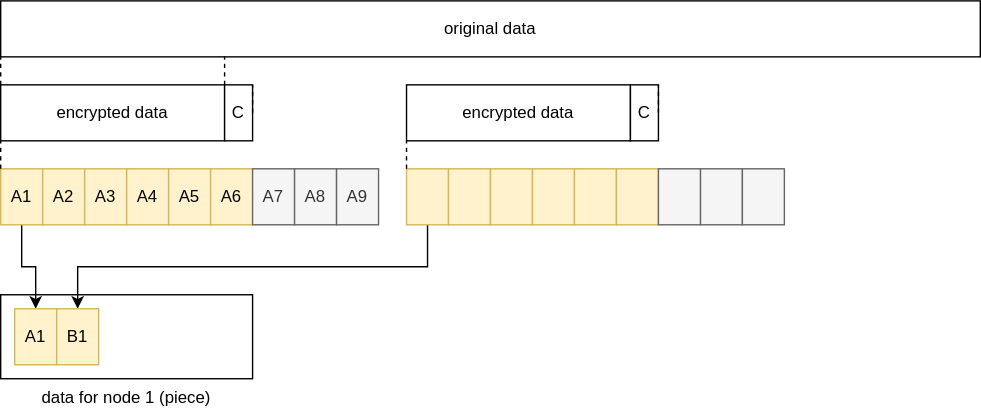
This is docs/pieces.svg from storj/illustrated, a draw.io export, as it was before one commit. Source tidied: cells renumbered, new cells last; positions are measured from the earlier drawing's top-left corner, leaving out a move shared by most shapes.
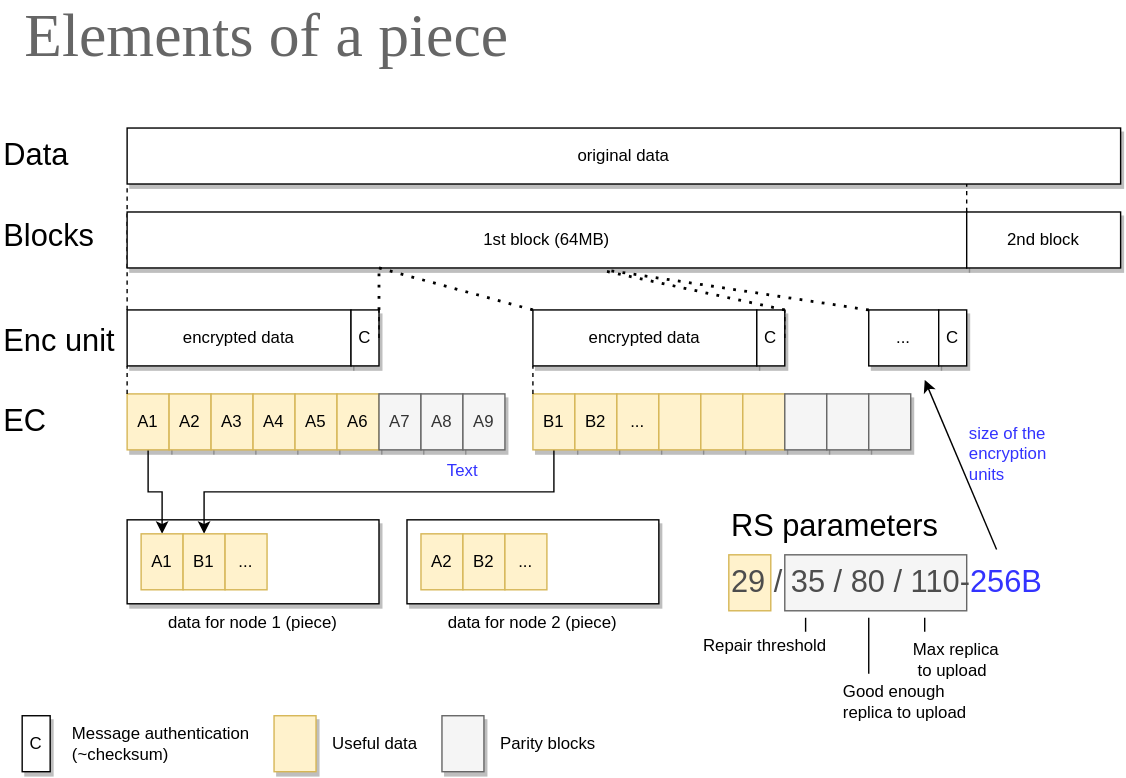
After the commit.

Commit message:
better piece description

What changed in the source:
```diff
@@ -2,31 +2,28 @@
   <root>
     <mxCell id="0" />
     <mxCell id="1" parent="0" />
+    <mxCell id="36" style="rounded=0;whiteSpace=wrap;html=1;fillColor=#fff2cc;strokeColor=#d6b656;" parent="1" vertex="1">
+      <mxGeometry x="430" y="235" width="30" height="40" as="geometry" />
+    </mxCell>
-    <mxCell id="2" value="data for node 1 (piece)" style="rounded=0;whiteSpace=wrap;html=1;verticalAlign=top;labelPosition=center;verticalLabelPosition=bottom;align=center;" parent="1" vertex="1">
+    <mxCell id="2" value="data for node 1 (piece)" style="rounded=0;whiteSpace=wrap;html=1;verticalAlign=top;labelPosition=center;verticalLabelPosition=bottom;align=center;shadow=1;" parent="1" vertex="1">
       <mxGeometry y="210" width="180" height="60" as="geometry" />
     </mxCell>
-    <mxCell id="3" value="original data" style="rounded=0;whiteSpace=wrap;html=1;" parent="1" vertex="1">
-      <mxGeometry width="700" height="40" as="geometry" />
+    <mxCell id="3" value="original data" style="rounded=0;whiteSpace=wrap;html=1;shadow=1;" parent="1" vertex="1">
+      <mxGeometry y="-70" width="710" height="40" as="geometry" />
     </mxCell>
-    <mxCell id="4" value="encrypted data" style="rounded=0;whiteSpace=wrap;html=1;" parent="1" vertex="1">
+    <mxCell id="4" value="encrypted data" style="rounded=0;whiteSpace=wrap;html=1;shadow=1;" parent="1" vertex="1">
       <mxGeometry y="60" width="160" height="40" as="geometry" />
     </mxCell>
     <mxCell id="5" style="endArrow=none;dashed=1;html=1;rounded=0;entryX=0;entryY=1;entryDx=0;entryDy=0;exitX=0;exitY=0;exitDx=0;exitDy=0;" parent="1" edge="1" source="4" target="3">
       <mxGeometry relative="1" as="geometry" />
     </mxCell>
-    <mxCell id="6" style="endArrow=none;dashed=1;html=1;rounded=0;entryX=0;entryY=1;entryDx=0;entryDy=0;exitX=0;exitY=0;exitDx=0;exitDy=0;" parent="1" edge="1">
-      <mxGeometry relative="1" as="geometry">
-        <mxPoint x="160" y="60" as="sourcePoint" />
-        <mxPoint x="160" y="40" as="targetPoint" />
-      </mxGeometry>
-    </mxCell>
-    <mxCell id="7" value="C" style="rounded=0;whiteSpace=wrap;html=1;" parent="1" vertex="1">
+    <mxCell id="7" value="C" style="rounded=0;whiteSpace=wrap;html=1;shadow=1;" parent="1" vertex="1">
       <mxGeometry x="160" y="60" width="20" height="40" as="geometry" />
     </mxCell>
     <mxCell id="8" style="edgeStyle=orthogonalEdgeStyle;rounded=0;jettySize=auto;html=1;" parent="1" edge="1" source="9" target="34">
       <mxGeometry relative="1" as="geometry" />
     </mxCell>
-    <mxCell id="9" value="A1" style="rounded=0;whiteSpace=wrap;html=1;fillColor=#fff2cc;strokeColor=#d6b656;" parent="1" vertex="1">
+    <mxCell id="9" value="A1" style="rounded=0;whiteSpace=wrap;html=1;fillColor=#fff2cc;strokeColor=#d6b656;shadow=1;" parent="1" vertex="1">
       <mxGeometry y="120" width="30" height="40" as="geometry" />
     </mxCell>
     <mxCell id="10" style="endArrow=none;dashed=1;html=1;rounded=0;entryX=0;entryY=1;entryDx=0;entryDy=0;exitX=0;exitY=0;exitDx=0;exitDy=0;" parent="1" edge="1" source="9" target="4">
@@ -38,34 +35,34 @@
         <mxPoint x="180" y="60" as="targetPoint" />
       </mxGeometry>
     </mxCell>
-    <mxCell id="12" value="A2" style="rounded=0;whiteSpace=wrap;html=1;fillColor=#fff2cc;strokeColor=#d6b656;" parent="1" vertex="1">
+    <mxCell id="12" value="A2" style="rounded=0;whiteSpace=wrap;html=1;fillColor=#fff2cc;strokeColor=#d6b656;shadow=1;" parent="1" vertex="1">
       <mxGeometry x="30" y="120" width="30" height="40" as="geometry" />
     </mxCell>
-    <mxCell id="13" value="A3" style="rounded=0;whiteSpace=wrap;html=1;fillColor=#fff2cc;strokeColor=#d6b656;" parent="1" vertex="1">
+    <mxCell id="13" value="A3" style="rounded=0;whiteSpace=wrap;html=1;fillColor=#fff2cc;strokeColor=#d6b656;shadow=1;" parent="1" vertex="1">
       <mxGeometry x="60" y="120" width="30" height="40" as="geometry" />
     </mxCell>
-    <mxCell id="14" value="A4" style="rounded=0;whiteSpace=wrap;html=1;fillColor=#fff2cc;strokeColor=#d6b656;" parent="1" vertex="1">
+    <mxCell id="14" value="A4" style="rounded=0;whiteSpace=wrap;html=1;fillColor=#fff2cc;strokeColor=#d6b656;shadow=1;" parent="1" vertex="1">
       <mxGeometry x="90" y="120" width="30" height="40" as="geometry" />
     </mxCell>
-    <mxCell id="15" value="A5" style="rounded=0;whiteSpace=wrap;html=1;fillColor=#fff2cc;strokeColor=#d6b656;" parent="1" vertex="1">
+    <mxCell id="15" value="A5" style="rounded=0;whiteSpace=wrap;html=1;fillColor=#fff2cc;strokeColor=#d6b656;shadow=1;" parent="1" vertex="1">
       <mxGeometry x="120" y="120" width="30" height="40" as="geometry" />
     </mxCell>
-    <mxCell id="16" value="A6" style="rounded=0;whiteSpace=wrap;html=1;fillColor=#fff2cc;strokeColor=#d6b656;" parent="1" vertex="1">
+    <mxCell id="16" value="A6" style="rounded=0;whiteSpace=wrap;html=1;fillColor=#fff2cc;strokeColor=#d6b656;shadow=1;" parent="1" vertex="1">
       <mxGeometry x="150" y="120" width="30" height="40" as="geometry" />
     </mxCell>
-    <mxCell id="17" value="A7" style="rounded=0;whiteSpace=wrap;html=1;fillColor=#f5f5f5;fontColor=#333333;strokeColor=#666666;" parent="1" vertex="1">
+    <mxCell id="17" value="A7" style="rounded=0;whiteSpace=wrap;html=1;fillColor=#f5f5f5;fontColor=#333333;strokeColor=#666666;shadow=1;" parent="1" vertex="1">
       <mxGeometry x="180" y="120" width="30" height="40" as="geometry" />
     </mxCell>
-    <mxCell id="18" value="A8" style="rounded=0;whiteSpace=wrap;html=1;fillColor=#f5f5f5;fontColor=#333333;strokeColor=#666666;" parent="1" vertex="1">
+    <mxCell id="18" value="A8" style="rounded=0;whiteSpace=wrap;html=1;fillColor=#f5f5f5;fontColor=#333333;strokeColor=#666666;shadow=1;" parent="1" vertex="1">
       <mxGeometry x="210" y="120" width="30" height="40" as="geometry" />
     </mxCell>
-    <mxCell id="19" value="A9" style="rounded=0;whiteSpace=wrap;html=1;fillColor=#f5f5f5;fontColor=#333333;strokeColor=#666666;" parent="1" vertex="1">
+    <mxCell id="19" value="A9" style="rounded=0;whiteSpace=wrap;html=1;fillColor=#f5f5f5;fontColor=#333333;strokeColor=#666666;shadow=1;" parent="1" vertex="1">
       <mxGeometry x="240" y="120" width="30" height="40" as="geometry" />
     </mxCell>
-    <mxCell id="20" value="encrypted data" style="rounded=0;whiteSpace=wrap;html=1;" parent="1" vertex="1">
+    <mxCell id="20" value="encrypted data" style="rounded=0;whiteSpace=wrap;html=1;shadow=1;" parent="1" vertex="1">
       <mxGeometry x="290" y="60" width="160" height="40" as="geometry" />
     </mxCell>
-    <mxCell id="21" value="C" style="rounded=0;whiteSpace=wrap;html=1;" parent="1" vertex="1">
+    <mxCell id="21" value="C" style="rounded=0;whiteSpace=wrap;html=1;shadow=1;" parent="1" vertex="1">
       <mxGeometry x="450" y="60" width="20" height="40" as="geometry" />
     </mxCell>
     <mxCell id="22" style="edgeStyle=orthogonalEdgeStyle;rounded=0;jettySize=auto;html=1;entryX=0.5;entryY=0;entryDx=0;entryDy=0;" parent="1" edge="1" source="23" target="35">
@@ -76,7 +73,7 @@
         </Array>
       </mxGeometry>
     </mxCell>
-    <mxCell id="23" style="rounded=0;whiteSpace=wrap;html=1;fillColor=#fff2cc;strokeColor=#d6b656;" parent="1" vertex="1">
+    <mxCell id="23" value="B1" style="rounded=0;whiteSpace=wrap;html=1;fillColor=#fff2cc;strokeColor=#d6b656;shadow=1;" parent="1" vertex="1">
       <mxGeometry x="290" y="120" width="30" height="40" as="geometry" />
     </mxCell>
     <mxCell id="24" style="endArrow=none;dashed=1;html=1;rounded=0;entryX=0;entryY=1;entryDx=0;entryDy=0;exitX=0;exitY=0;exitDx=0;exitDy=0;" parent="1" edge="1" source="23" target="20">
@@ -88,35 +85,164 @@
         <mxPoint x="470" y="60" as="targetPoint" />
       </mxGeometry>
     </mxCell>
-    <mxCell id="26" style="rounded=0;whiteSpace=wrap;html=1;fillColor=#fff2cc;strokeColor=#d6b656;" parent="1" vertex="1">
+    <mxCell id="26" value="B2" style="rounded=0;whiteSpace=wrap;html=1;fillColor=#fff2cc;strokeColor=#d6b656;shadow=1;" parent="1" vertex="1">
       <mxGeometry x="320" y="120" width="30" height="40" as="geometry" />
     </mxCell>
-    <mxCell id="27" style="rounded=0;whiteSpace=wrap;html=1;fillColor=#fff2cc;strokeColor=#d6b656;" parent="1" vertex="1">
+    <mxCell id="27" value="..." style="rounded=0;whiteSpace=wrap;html=1;fillColor=#fff2cc;strokeColor=#d6b656;shadow=1;" parent="1" vertex="1">
       <mxGeometry x="350" y="120" width="30" height="40" as="geometry" />
     </mxCell>
-    <mxCell id="28" style="rounded=0;whiteSpace=wrap;html=1;fillColor=#fff2cc;strokeColor=#d6b656;" parent="1" vertex="1">
+    <mxCell id="28" style="rounded=0;whiteSpace=wrap;html=1;fillColor=#fff2cc;strokeColor=#d6b656;shadow=1;" parent="1" vertex="1">
       <mxGeometry x="380" y="120" width="30" height="40" as="geometry" />
     </mxCell>
-    <mxCell id="29" style="rounded=0;whiteSpace=wrap;html=1;fillColor=#fff2cc;strokeColor=#d6b656;" parent="1" vertex="1">
+    <mxCell id="29" style="rounded=0;whiteSpace=wrap;html=1;fillColor=#fff2cc;strokeColor=#d6b656;shadow=1;" parent="1" vertex="1">
       <mxGeometry x="410" y="120" width="30" height="40" as="geometry" />
     </mxCell>
-    <mxCell id="30" style="rounded=0;whiteSpace=wrap;html=1;fillColor=#fff2cc;strokeColor=#d6b656;" parent="1" vertex="1">
+    <mxCell id="30" style="rounded=0;whiteSpace=wrap;html=1;fillColor=#fff2cc;strokeColor=#d6b656;shadow=1;" parent="1" vertex="1">
       <mxGeometry x="440" y="120" width="30" height="40" as="geometry" />
     </mxCell>
-    <mxCell id="31" style="rounded=0;whiteSpace=wrap;html=1;fillColor=#f5f5f5;fontColor=#333333;strokeColor=#666666;" parent="1" vertex="1">
-      <mxGeometry x="500" y="120" width="30" height="40" as="geometry" />
-    </mxCell>
-    <mxCell id="32" style="rounded=0;whiteSpace=wrap;html=1;fillColor=#f5f5f5;fontColor=#333333;strokeColor=#666666;" parent="1" vertex="1">
+    <mxCell id="32" style="rounded=0;whiteSpace=wrap;html=1;fillColor=#f5f5f5;fontColor=#333333;strokeColor=#666666;shadow=1;" parent="1" vertex="1">
       <mxGeometry x="470" y="120" width="30" height="40" as="geometry" />
     </mxCell>
-    <mxCell id="33" style="rounded=0;whiteSpace=wrap;html=1;fillColor=#f5f5f5;fontColor=#333333;strokeColor=#666666;" parent="1" vertex="1">
-      <mxGeometry x="530" y="120" width="30" height="40" as="geometry" />
-    </mxCell>
     <mxCell id="34" value="A1" style="rounded=0;whiteSpace=wrap;html=1;fillColor=#fff2cc;strokeColor=#d6b656;" parent="1" vertex="1">
       <mxGeometry x="10" y="220" width="30" height="40" as="geometry" />
     </mxCell>
     <mxCell id="35" value="B1" style="rounded=0;whiteSpace=wrap;html=1;fillColor=#fff2cc;strokeColor=#d6b656;" parent="1" vertex="1">
       <mxGeometry x="40" y="220" width="30" height="40" as="geometry" />
     </mxCell>
+    <mxCell id="37" style="rounded=0;whiteSpace=wrap;html=1;fillColor=#f5f5f5;fontColor=#333333;strokeColor=#666666;" parent="1" vertex="1">
+      <mxGeometry x="470" y="235" width="130" height="40" as="geometry" />
+    </mxCell>
+    <mxCell id="38" style="rounded=0;whiteSpace=wrap;html=1;fillColor=#fff2cc;strokeColor=#d6b656;shadow=1;" parent="1" vertex="1">
+      <mxGeometry x="105" y="350" width="30" height="40" as="geometry" />
+    </mxCell>
+    <mxCell id="39" value="Parity blocks" style="text;html=1;strokeColor=none;fillColor=none;align=left;verticalAlign=middle;whiteSpace=wrap;rounded=0;" parent="1" vertex="1">
+      <mxGeometry x="265" y="355" width="100" height="30" as="geometry" />
+    </mxCell>
+    <mxCell id="40" value="Useful data" style="text;html=1;strokeColor=none;fillColor=none;align=left;verticalAlign=middle;whiteSpace=wrap;rounded=0;" parent="1" vertex="1">
+      <mxGeometry x="145" y="355" width="70" height="30" as="geometry" />
+    </mxCell>
+    <mxCell id="41" value="data for node 2 (piece)" style="rounded=0;whiteSpace=wrap;html=1;verticalAlign=top;labelPosition=center;verticalLabelPosition=bottom;align=center;shadow=1;" parent="1" vertex="1">
+      <mxGeometry x="200" y="210" width="180" height="60" as="geometry" />
+    </mxCell>
+    <mxCell id="42" value="A2" style="rounded=0;whiteSpace=wrap;html=1;fillColor=#fff2cc;strokeColor=#d6b656;" parent="1" vertex="1">
+      <mxGeometry x="210" y="220" width="30" height="40" as="geometry" />
+    </mxCell>
+    <mxCell id="43" value="B2" style="rounded=0;whiteSpace=wrap;html=1;fillColor=#fff2cc;strokeColor=#d6b656;" parent="1" vertex="1">
+      <mxGeometry x="240" y="220" width="30" height="40" as="geometry" />
+    </mxCell>
+    <mxCell id="44" value="1st block (64MB)" style="rounded=0;whiteSpace=wrap;html=1;shadow=1;" parent="1" vertex="1">
+      <mxGeometry y="-10" width="600" height="40" as="geometry" />
+    </mxCell>
+    <mxCell id="45" style="endArrow=none;dashed=1;html=1;rounded=0;entryX=0;entryY=1;entryDx=0;entryDy=0;exitX=0;exitY=0;exitDx=0;exitDy=0;" parent="1" edge="1">
+      <mxGeometry x="-1" y="-340" relative="1" as="geometry">
+        <mxPoint x="600" y="-10" as="sourcePoint" />
+        <mxPoint x="600" y="-30" as="targetPoint" />
+        <mxPoint x="-40" y="160" as="offset" />
+      </mxGeometry>
+    </mxCell>
+    <mxCell id="46" value="2nd block" style="rounded=0;whiteSpace=wrap;html=1;shadow=1;" parent="1" vertex="1">
+      <mxGeometry x="600" y="-10" width="110" height="40" as="geometry" />
+    </mxCell>
+    <mxCell id="47" value="..." style="rounded=0;whiteSpace=wrap;html=1;shadow=1;" parent="1" vertex="1">
+      <mxGeometry x="530" y="60" width="50" height="40" as="geometry" />
+    </mxCell>
+    <mxCell id="48" value="C" style="rounded=0;whiteSpace=wrap;html=1;shadow=1;" parent="1" vertex="1">
+      <mxGeometry x="580" y="60" width="20" height="40" as="geometry" />
+    </mxCell>
+    <mxCell id="49" value="..." style="rounded=0;whiteSpace=wrap;html=1;fillColor=#fff2cc;strokeColor=#d6b656;" parent="1" vertex="1">
+      <mxGeometry x="70" y="220" width="30" height="40" as="geometry" />
+    </mxCell>
+    <mxCell id="50" value="..." style="rounded=0;whiteSpace=wrap;html=1;fillColor=#fff2cc;strokeColor=#d6b656;" parent="1" vertex="1">
+      <mxGeometry x="270" y="220" width="30" height="40" as="geometry" />
+    </mxCell>
+    <mxCell id="51" value="Data" style="text;html=1;strokeColor=none;fillColor=none;align=left;verticalAlign=middle;whiteSpace=wrap;rounded=0;fontSize=22;" parent="1" vertex="1">
+      <mxGeometry x="-90" y="-65" width="60" height="30" as="geometry" />
+    </mxCell>
+    <mxCell id="52" value="Blocks" style="text;html=1;strokeColor=none;fillColor=none;align=left;verticalAlign=middle;whiteSpace=wrap;rounded=0;fontSize=22;" parent="1" vertex="1">
+      <mxGeometry x="-90" y="-10" width="60" height="35" as="geometry" />
+    </mxCell>
+    <mxCell id="53" value="Enc unit" style="text;html=1;strokeColor=none;fillColor=none;align=left;verticalAlign=middle;whiteSpace=wrap;rounded=0;fontSize=22;" parent="1" vertex="1">
+      <mxGeometry x="-90" y="65" width="90" height="35" as="geometry" />
+    </mxCell>
+    <mxCell id="54" value="EC" style="text;html=1;strokeColor=none;fillColor=none;align=left;verticalAlign=middle;whiteSpace=wrap;rounded=0;fontSize=22;" parent="1" vertex="1">
+      <mxGeometry x="-90" y="122.5" width="40" height="35" as="geometry" />
+    </mxCell>
+    <mxCell id="55" style="endArrow=none;dashed=1;html=1;dashPattern=1 3;strokeWidth=2;rounded=0;fontSize=22;" parent="1" edge="1">
+      <mxGeometry relative="1" as="geometry">
+        <mxPoint x="180" y="60" as="sourcePoint" />
+        <mxPoint x="180" y="30" as="targetPoint" />
+      </mxGeometry>
+    </mxCell>
+    <mxCell id="56" style="endArrow=none;dashed=1;html=1;dashPattern=1 3;strokeWidth=2;rounded=0;fontSize=22;entryX=0.3;entryY=1;entryDx=0;entryDy=0;entryPerimeter=0;exitX=0;exitY=0;exitDx=0;exitDy=0;" parent="1" edge="1" source="20" target="44">
+      <mxGeometry relative="1" as="geometry" />
+    </mxCell>
+    <mxCell id="57" style="endArrow=none;dashed=1;html=1;dashPattern=1 3;strokeWidth=2;rounded=0;fontSize=22;entryX=0.566;entryY=1.044;entryDx=0;entryDy=0;entryPerimeter=0;exitX=1;exitY=0;exitDx=0;exitDy=0;" parent="1" edge="1" source="21" target="44">
+      <mxGeometry relative="1" as="geometry" />
+    </mxCell>
+    <mxCell id="58" style="endArrow=none;dashed=1;html=1;dashPattern=1 3;strokeWidth=2;rounded=0;fontSize=22;entryX=0.572;entryY=1.041;entryDx=0;entryDy=0;entryPerimeter=0;exitX=0;exitY=0;exitDx=0;exitDy=0;" parent="1" edge="1" source="47" target="44">
+      <mxGeometry relative="1" as="geometry" />
+    </mxCell>
+    <mxCell id="59" value="&lt;font style=&quot;font-size: 44px&quot; face=&quot;Montserrat&quot;&gt;Elements of a piece&lt;/font&gt;" style="text;html=1;strokeColor=none;fillColor=none;align=left;verticalAlign=middle;whiteSpace=wrap;rounded=0;fontColor=#666666;" parent="1" vertex="1">
+      <mxGeometry x="-75" y="-160" width="745" height="50" as="geometry" />
+    </mxCell>
+    <mxCell id="60" value="C" style="rounded=0;whiteSpace=wrap;html=1;shadow=1;" parent="1" vertex="1">
+      <mxGeometry x="-75" y="350" width="20" height="40" as="geometry" />
+    </mxCell>
+    <mxCell id="61" value="Message authentication&lt;br&gt;(~checksum)" style="text;html=1;strokeColor=none;fillColor=none;align=left;verticalAlign=middle;whiteSpace=wrap;rounded=0;" parent="1" vertex="1">
+      <mxGeometry x="-41" y="355" width="136" height="30" as="geometry" />
+    </mxCell>
+    <mxCell id="62" value="RS parameters" style="text;html=1;strokeColor=none;fillColor=none;align=left;verticalAlign=middle;whiteSpace=wrap;rounded=0;fontSize=22;" parent="1" vertex="1">
+      <mxGeometry x="430" y="200" width="260" height="30" as="geometry" />
+    </mxCell>
+    <mxCell id="63" value="29 / 35 / 80 / 110-&lt;font color=&quot;#3333ff&quot;&gt;256B&lt;/font&gt;" style="text;html=1;strokeColor=none;fillColor=none;align=left;verticalAlign=middle;whiteSpace=wrap;rounded=0;fontSize=22;fontColor=#4D4D4D;" parent="1" vertex="1">
+      <mxGeometry x="430" y="240" width="230" height="30" as="geometry" />
+    </mxCell>
+    <mxCell id="64" style="endArrow=classic;html=1;rounded=0;fontSize=22;fontColor=#3333FF;exitX=0.736;exitY=1.038;exitDx=0;exitDy=0;exitPerimeter=0;" parent="1" edge="1" source="62">
+      <mxGeometry relative="1" as="geometry">
+        <mxPoint x="570" y="110" as="targetPoint" />
+      </mxGeometry>
+    </mxCell>
+    <mxCell id="65" value="size of the encryption units" style="text;html=1;strokeColor=none;fillColor=none;align=left;verticalAlign=middle;whiteSpace=wrap;rounded=0;fontSize=12;fontColor=#3333FF;" parent="1" vertex="1">
+      <mxGeometry x="600" y="125" width="50" height="75" as="geometry" />
+    </mxCell>
+    <mxCell id="66" value="Text" style="text;html=1;strokeColor=none;fillColor=none;align=center;verticalAlign=middle;whiteSpace=wrap;rounded=0;shadow=1;fontSize=12;fontColor=#3333FF;" parent="1" vertex="1">
+      <mxGeometry x="210" y="160" width="60" height="30" as="geometry" />
+    </mxCell>
+    <mxCell id="67" value="Max replica&lt;br&gt;&amp;nbsp;to upload" style="text;html=1;strokeColor=none;fillColor=none;align=left;verticalAlign=middle;whiteSpace=wrap;rounded=0;shadow=1;fontSize=12;fontColor=#000000;" parent="1" vertex="1">
+      <mxGeometry x="560" y="300" width="100" height="20" as="geometry" />
+    </mxCell>
+    <mxCell id="68" value="Good enough replica to upload" style="text;html=1;strokeColor=none;fillColor=none;align=left;verticalAlign=middle;whiteSpace=wrap;rounded=0;shadow=1;fontSize=12;fontColor=#000000;" parent="1" vertex="1">
+      <mxGeometry x="510" y="330" width="100" height="20" as="geometry" />
+    </mxCell>
+    <mxCell id="69" style="endArrow=none;html=1;rounded=0;fontSize=12;fontColor=#000000;" parent="1" edge="1">
+      <mxGeometry relative="1" as="geometry">
+        <mxPoint x="530" y="320" as="sourcePoint" />
+        <mxPoint x="530" y="280" as="targetPoint" />
+      </mxGeometry>
+    </mxCell>
+    <mxCell id="70" style="endArrow=none;html=1;rounded=0;fontSize=12;fontColor=#000000;" parent="1" edge="1">
+      <mxGeometry relative="1" as="geometry">
+        <mxPoint x="570" y="290" as="sourcePoint" />
+        <mxPoint x="570" y="280" as="targetPoint" />
+      </mxGeometry>
+    </mxCell>
+    <mxCell id="71" value="Repair threshold" style="text;html=1;strokeColor=none;fillColor=none;align=left;verticalAlign=middle;whiteSpace=wrap;rounded=0;shadow=1;fontSize=12;fontColor=#000000;" parent="1" vertex="1">
+      <mxGeometry x="410" y="290" width="100" height="20" as="geometry" />
+    </mxCell>
+    <mxCell id="72" style="endArrow=none;html=1;rounded=0;fontSize=12;fontColor=#000000;" parent="1" edge="1">
+      <mxGeometry relative="1" as="geometry">
+        <mxPoint x="484.9" y="290" as="sourcePoint" />
+        <mxPoint x="484.9" y="280" as="targetPoint" />
+      </mxGeometry>
+    </mxCell>
+    <mxCell id="31" style="rounded=0;whiteSpace=wrap;html=1;fillColor=#f5f5f5;fontColor=#333333;strokeColor=#666666;shadow=1;" parent="1" vertex="1">
+      <mxGeometry x="500" y="120" width="30" height="40" as="geometry" />
+    </mxCell>
+    <mxCell id="33" style="rounded=0;whiteSpace=wrap;html=1;fillColor=#f5f5f5;fontColor=#333333;strokeColor=#666666;shadow=1;" parent="1" vertex="1">
+      <mxGeometry x="530" y="120" width="30" height="40" as="geometry" />
+    </mxCell>
+    <mxCell id="73" style="rounded=0;whiteSpace=wrap;html=1;fillColor=#f5f5f5;fontColor=#333333;strokeColor=#666666;shadow=1;" parent="1" vertex="1">
+      <mxGeometry x="225" y="350" width="30" height="40" as="geometry" />
+    </mxCell>
   </root>
 </mxGraphModel>
```
